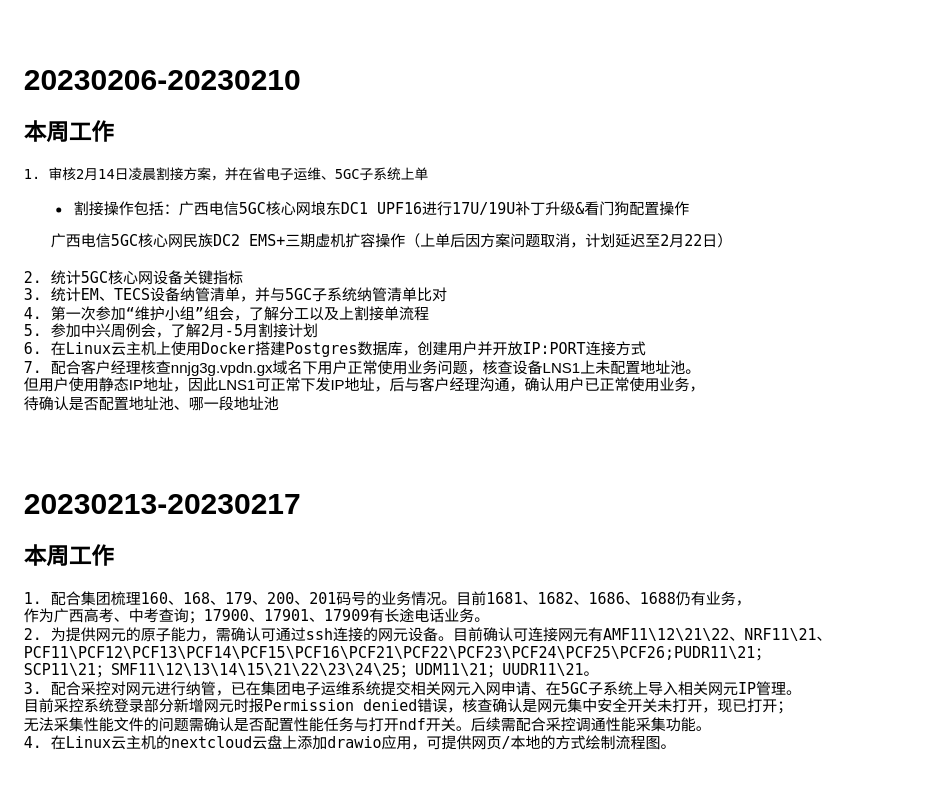
Before: 2023周报.drawio in muyingluo1997/drawio, a draw.io diagram. Source tidied: cells renumbered, new cells numbered last; positions are measured from the earlier drawing's top-left corner, leaving out a move shared by most shapes. Both pictures are drawn from the tidied source at 125%, with x=0, y=0 at pixel (21, 21).
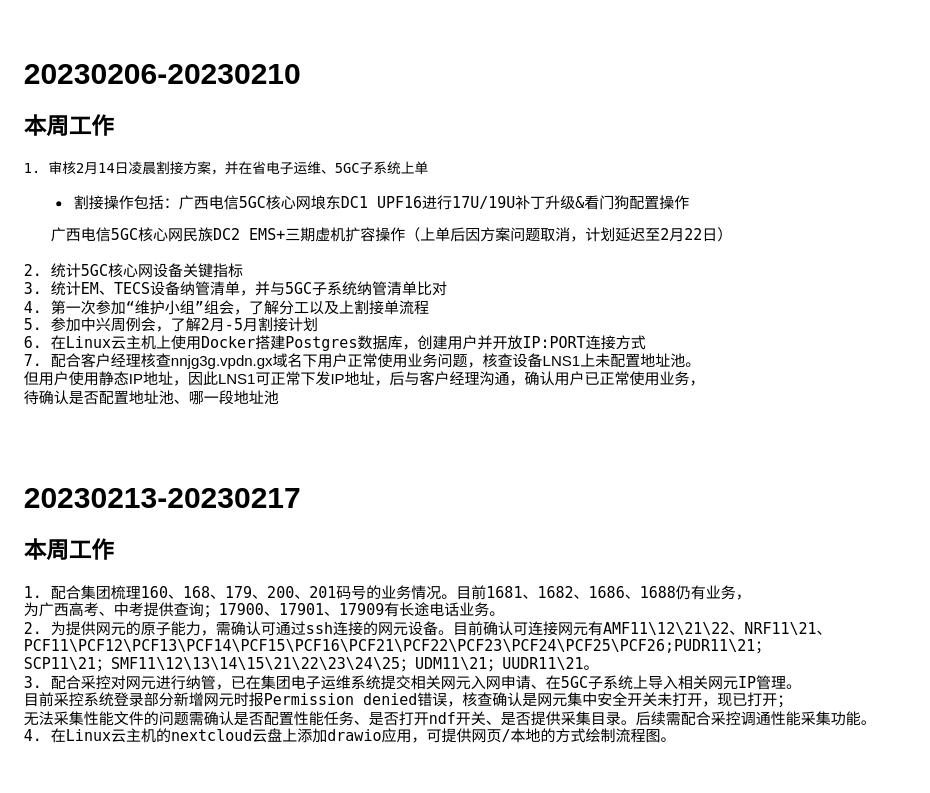
After the change.

Change to the diagram source:
```diff
@@
 <mxGraphModel>
   <root>
     <mxCell id="0" />
     <mxCell id="1" parent="0" />
-    <mxCell id="2" value="&lt;h1 style=&quot;line-height: 120%;&quot;&gt;20230206-20230210&lt;/h1&gt;&lt;h2 style=&quot;line-height: 120%;&quot;&gt;&lt;font face=&quot;Lucida Console&quot;&gt;本周工作&lt;/font&gt;&lt;/h2&gt;&lt;div style=&quot;line-height: 120%;&quot;&gt;&lt;font style=&quot;font-size: 11px;&quot; face=&quot;Lucida Console&quot;&gt;1. 审核2月14日凌晨割接方案，并在省电子运维、5GC子系统上单&lt;/font&gt;&lt;/div&gt;&lt;div style=&quot;line-height: 120%;&quot;&gt;&lt;ul style=&quot;line-height: 120%;&quot;&gt;&lt;li&gt;&lt;font style=&quot;&quot; face=&quot;Lucida Console&quot;&gt;割接操作包括：广西电信5GC核心网埌东DC1 UPF16进行17U/19U补丁升级&amp;amp;看门狗配置操作&lt;/font&gt;&lt;/li&gt;&lt;/ul&gt;&lt;font face=&quot;Lucida Console&quot;&gt;&lt;span style=&quot;&quot;&gt; &lt;/span&gt;&lt;span style=&quot;&quot;&gt; &lt;/span&gt;&amp;nbsp;&lt;span style=&quot;&quot;&gt; &lt;/span&gt;&lt;span style=&quot;&quot;&gt; &lt;/span&gt;&amp;nbsp;广西电信5GC核心网民族DC2 EMS+三期虚机扩容操作（上单后因方案问题取消，计划延迟至2月22日）&lt;br&gt;&lt;/font&gt;&lt;div&gt;&lt;div&gt;&lt;div&gt;&lt;font face=&quot;Lucida Console&quot;&gt;&lt;br&gt;&lt;/font&gt;&lt;/div&gt;&lt;/div&gt;&lt;/div&gt;&lt;div&gt;&lt;font face=&quot;Lucida Console&quot;&gt;2. 统计5GC核心网设备关键指标&lt;/font&gt;&lt;/div&gt;&lt;div&gt;&lt;font face=&quot;Lucida Console&quot;&gt;3. 统计EM、TECS设备纳管清单，并与5GC子系统纳管清单比对&lt;/font&gt;&lt;/div&gt;&lt;div&gt;&lt;font face=&quot;Lucida Console&quot;&gt;4. 第一次参加“维护小组”组会，了解分工以及上割接单流程&lt;/font&gt;&lt;/div&gt;&lt;div&gt;&lt;font face=&quot;Lucida Console&quot;&gt;5. 参加中兴周例会，了解2月-5月割接计划&lt;/font&gt;&lt;/div&gt;&lt;div&gt;&lt;font face=&quot;Lucida Console&quot;&gt;6. 在Linux云主机上使用Docker搭建Postgres数据库，创建用户并开放IP:PORT连接方式&lt;/font&gt;&lt;/div&gt;&lt;div&gt;&lt;font face=&quot;Lucida Console&quot;&gt;7. 配合客户经理核查&lt;/font&gt;nnjg3g.vpdn.gx域名下用户正常使用业务问题，核查设备LNS1上未配置地址池。&lt;/div&gt;&lt;div&gt;但用户使用静态IP地址，因此LNS1可正常下发IP地址，后与客户经理沟通，确认用户已正常使用业务，&lt;/div&gt;&lt;div&gt;待确认是否配置地址池、哪一段地址池&lt;/div&gt;&lt;div&gt;&lt;br&gt;&lt;/div&gt;&lt;div&gt;&lt;br&gt;&lt;/div&gt;&lt;div&gt;&lt;br&gt;&lt;/div&gt;&lt;div&gt;&lt;h1 style=&quot;border-color: var(--border-color); line-height: 28.8px;&quot;&gt;20230213-20230217&lt;/h1&gt;&lt;/div&gt;&lt;div&gt;&lt;h2 style=&quot;border-color: var(--border-color); line-height: 21.6px;&quot;&gt;&lt;font style=&quot;border-color: var(--border-color);&quot; face=&quot;Lucida Console&quot;&gt;本周工作&lt;/font&gt;&lt;/h2&gt;&lt;/div&gt;&lt;div&gt;&lt;font style=&quot;border-color: var(--border-color);&quot; face=&quot;Lucida Console&quot;&gt;1. 配合集团梳理160、168、179、200、201码号的业务情况。目前1681、1682、1686、1688仍有业务，&lt;/font&gt;&lt;/div&gt;&lt;div&gt;&lt;font style=&quot;border-color: var(--border-color);&quot; face=&quot;Lucida Console&quot;&gt;作为广西高考、中考查询；17900、17901、17909有长途电话业务。&lt;/font&gt;&lt;/div&gt;&lt;div&gt;&lt;font style=&quot;border-color: var(--border-color);&quot; face=&quot;Lucida Console&quot;&gt;2. 为提供网元的原子能力，需确认可通过ssh连接的网元设备。目前确认可连接网元有AMF11\12\21\22、NRF11\21、&lt;/font&gt;&lt;/div&gt;&lt;div&gt;&lt;font style=&quot;border-color: var(--border-color);&quot; face=&quot;Lucida Console&quot;&gt;PCF11\PCF12\PCF13\PCF14\PCF15\PCF16\PCF21\PCF22\PCF23\PCF24\PCF25\PCF26;PUDR11\21；&lt;/font&gt;&lt;/div&gt;&lt;div&gt;&lt;font style=&quot;border-color: var(--border-color);&quot; face=&quot;Lucida Console&quot;&gt;SCP11\21；SMF11\12\13\14\15\21\22\23\24\25；UDM11\21；UUDR11\21。&lt;/font&gt;&lt;/div&gt;&lt;div&gt;&lt;font style=&quot;border-color: var(--border-color);&quot; face=&quot;Lucida Console&quot;&gt;3. 配合采控对网元进行纳管，已在集团电子运维系统提交相关网元入网申请、在5GC子系统上导入相关网元IP管理。&lt;/font&gt;&lt;/div&gt;&lt;div&gt;&lt;font style=&quot;border-color: var(--border-color);&quot; face=&quot;Lucida Console&quot;&gt;目前采控系统登录部分新增网元时报Permission denied错误，核查确认是网元集中安全开关未打开，现已打开；&lt;/font&gt;&lt;/div&gt;&lt;div&gt;&lt;font style=&quot;border-color: var(--border-color);&quot; face=&quot;Lucida Console&quot;&gt;无法采集性能文件的问题需确认是否配置性能任务与打开ndf开关。后续需配合采控调通性能采集功能。&lt;/font&gt;&lt;/div&gt;&lt;div&gt;&lt;font style=&quot;border-color: var(--border-color);&quot; face=&quot;Lucida Console&quot;&gt;4. 在Linux云主机的nextcloud云盘上添加drawio应用，可提供网页/本地的方式绘制流程图。&lt;/font&gt;&lt;/div&gt;&lt;/div&gt;" style="text;html=1;align=left;verticalAlign=middle;strokeColor=none;fillColor=none;" parent="1" vertex="1">
-      <mxGeometry width="670" height="600" as="geometry" />
+    <mxCell id="2" value="&lt;h1 style=&quot;line-height: 120%;&quot;&gt;20230206-20230210&lt;/h1&gt;&lt;h2 style=&quot;line-height: 120%;&quot;&gt;&lt;font face=&quot;Lucida Console&quot;&gt;本周工作&lt;/font&gt;&lt;/h2&gt;&lt;div style=&quot;line-height: 120%;&quot;&gt;&lt;font style=&quot;font-size: 11px;&quot; face=&quot;Lucida Console&quot;&gt;1. 审核2月14日凌晨割接方案，并在省电子运维、5GC子系统上单&lt;/font&gt;&lt;/div&gt;&lt;div style=&quot;line-height: 120%;&quot;&gt;&lt;ul style=&quot;line-height: 120%;&quot;&gt;&lt;li&gt;&lt;font style=&quot;&quot; face=&quot;Lucida Console&quot;&gt;割接操作包括：广西电信5GC核心网埌东DC1 UPF16进行17U/19U补丁升级&amp;amp;看门狗配置操作&lt;/font&gt;&lt;/li&gt;&lt;/ul&gt;&lt;font face=&quot;Lucida Console&quot;&gt;&lt;span style=&quot;&quot;&gt; &lt;/span&gt;&lt;span style=&quot;&quot;&gt; &lt;/span&gt;&amp;nbsp;&lt;span style=&quot;&quot;&gt; &lt;/span&gt;&lt;span style=&quot;&quot;&gt; &lt;/span&gt;&amp;nbsp;广西电信5GC核心网民族DC2 EMS+三期虚机扩容操作（上单后因方案问题取消，计划延迟至2月22日）&lt;br&gt;&lt;/font&gt;&lt;div&gt;&lt;div&gt;&lt;div&gt;&lt;font face=&quot;Lucida Console&quot;&gt;&lt;br&gt;&lt;/font&gt;&lt;/div&gt;&lt;/div&gt;&lt;/div&gt;&lt;div&gt;&lt;font face=&quot;Lucida Console&quot;&gt;2. 统计5GC核心网设备关键指标&lt;/font&gt;&lt;/div&gt;&lt;div&gt;&lt;font face=&quot;Lucida Console&quot;&gt;3. 统计EM、TECS设备纳管清单，并与5GC子系统纳管清单比对&lt;/font&gt;&lt;/div&gt;&lt;div&gt;&lt;font face=&quot;Lucida Console&quot;&gt;4. 第一次参加“维护小组”组会，了解分工以及上割接单流程&lt;/font&gt;&lt;/div&gt;&lt;div&gt;&lt;font face=&quot;Lucida Console&quot;&gt;5. 参加中兴周例会，了解2月-5月割接计划&lt;/font&gt;&lt;/div&gt;&lt;div&gt;&lt;font face=&quot;Lucida Console&quot;&gt;6. 在Linux云主机上使用Docker搭建Postgres数据库，创建用户并开放IP:PORT连接方式&lt;/font&gt;&lt;/div&gt;&lt;div&gt;&lt;font face=&quot;Lucida Console&quot;&gt;7. 配合客户经理核查&lt;/font&gt;nnjg3g.vpdn.gx域名下用户正常使用业务问题，核查设备LNS1上未配置地址池。&lt;/div&gt;&lt;div&gt;但用户使用静态IP地址，因此LNS1可正常下发IP地址，后与客户经理沟通，确认用户已正常使用业务，&lt;/div&gt;&lt;div&gt;待确认是否配置地址池、哪一段地址池&lt;/div&gt;&lt;div&gt;&lt;br&gt;&lt;/div&gt;&lt;div&gt;&lt;br&gt;&lt;/div&gt;&lt;div&gt;&lt;br&gt;&lt;/div&gt;&lt;div&gt;&lt;h1 style=&quot;border-color: var(--border-color); line-height: 28.8px;&quot;&gt;20230213-20230217&lt;/h1&gt;&lt;/div&gt;&lt;div&gt;&lt;h2 style=&quot;border-color: var(--border-color); line-height: 21.6px;&quot;&gt;&lt;font style=&quot;border-color: var(--border-color);&quot; face=&quot;Lucida Console&quot;&gt;本周工作&lt;/font&gt;&lt;/h2&gt;&lt;/div&gt;&lt;div&gt;&lt;font style=&quot;border-color: var(--border-color);&quot; face=&quot;Lucida Console&quot;&gt;1. 配合集团梳理160、168、179、200、201码号的业务情况。目前1681、1682、1686、1688仍有业务，&lt;/font&gt;&lt;/div&gt;&lt;div&gt;&lt;font style=&quot;border-color: var(--border-color);&quot; face=&quot;Lucida Console&quot;&gt;为广西高考、中考提供查询；17900、17901、17909有长途电话业务。&lt;/font&gt;&lt;/div&gt;&lt;div&gt;&lt;font style=&quot;border-color: var(--border-color);&quot; face=&quot;Lucida Console&quot;&gt;2. 为提供网元的原子能力，需确认可通过ssh连接的网元设备。目前确认可连接网元有AMF11\12\21\22、NRF11\21、&lt;/font&gt;&lt;/div&gt;&lt;div&gt;&lt;font style=&quot;border-color: var(--border-color);&quot; face=&quot;Lucida Console&quot;&gt;PCF11\PCF12\PCF13\PCF14\PCF15\PCF16\PCF21\PCF22\PCF23\PCF24\PCF25\PCF26;PUDR11\21；&lt;/font&gt;&lt;/div&gt;&lt;div&gt;&lt;font style=&quot;border-color: var(--border-color);&quot; face=&quot;Lucida Console&quot;&gt;SCP11\21；SMF11\12\13\14\15\21\22\23\24\25；UDM11\21；UUDR11\21。&lt;/font&gt;&lt;/div&gt;&lt;div&gt;&lt;font style=&quot;border-color: var(--border-color);&quot; face=&quot;Lucida Console&quot;&gt;3. 配合采控对网元进行纳管，已在集团电子运维系统提交相关网元入网申请、在5GC子系统上导入相关网元IP管理。&lt;/font&gt;&lt;/div&gt;&lt;div&gt;&lt;font style=&quot;border-color: var(--border-color);&quot; face=&quot;Lucida Console&quot;&gt;目前采控系统登录部分新增网元时报Permission denied错误，核查确认是网元集中安全开关未打开，现已打开；&lt;/font&gt;&lt;/div&gt;&lt;div&gt;&lt;font style=&quot;border-color: var(--border-color);&quot; face=&quot;Lucida Console&quot;&gt;无法采集性能文件的问题需确认是否配置性能任务、是否打开ndf开关、是否提供采集目录。后续需配合采控调通性能采集功能。&lt;/font&gt;&lt;/div&gt;&lt;div&gt;&lt;font style=&quot;border-color: var(--border-color);&quot; face=&quot;Lucida Console&quot;&gt;4. 在Linux云主机的nextcloud云盘上添加drawio应用，可提供网页/本地的方式绘制流程图。&lt;/font&gt;&lt;/div&gt;&lt;/div&gt;" style="text;html=1;align=left;verticalAlign=middle;strokeColor=none;fillColor=none;" parent="1" vertex="1">
+      <mxGeometry width="710" height="590" as="geometry" />
     </mxCell>
   </root>
 </mxGraphModel>
```
